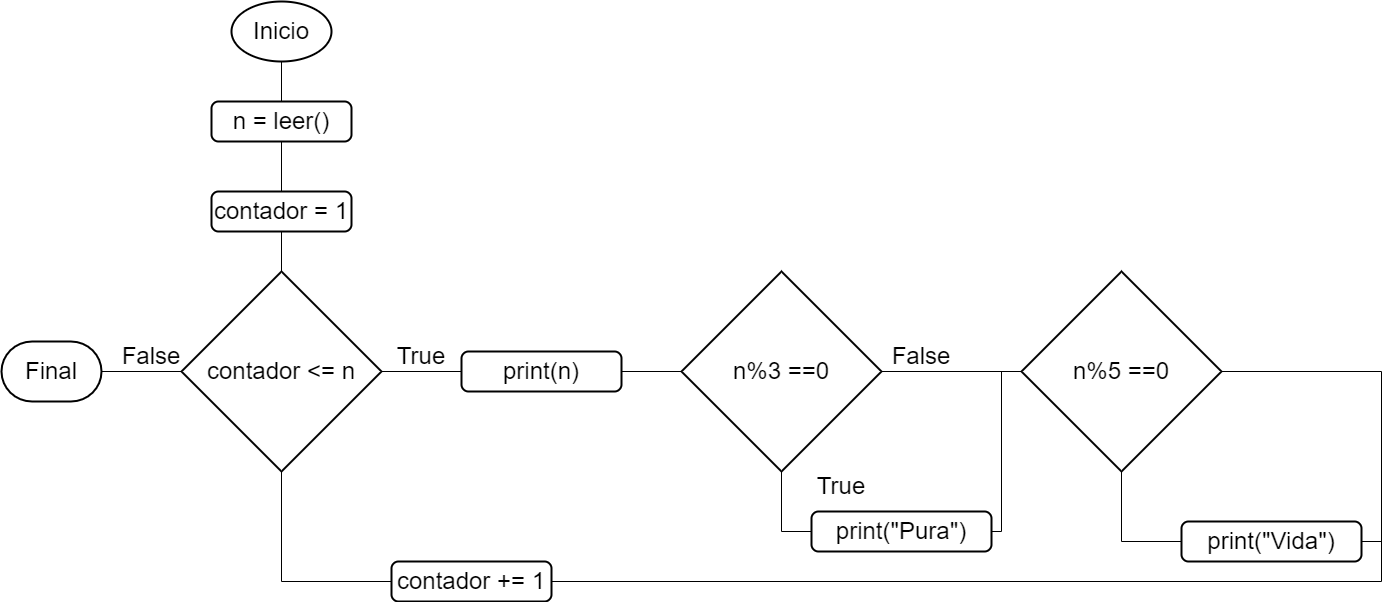
The draw.io diagram imgs/flujo/Flujo-PuraVida.png in sivanahamer/principios-informatica, before a commit. Source tidied: cells renumbered, new cells last; positions are measured from the earlier drawing's top-left corner, leaving out a move shared by most shapes.
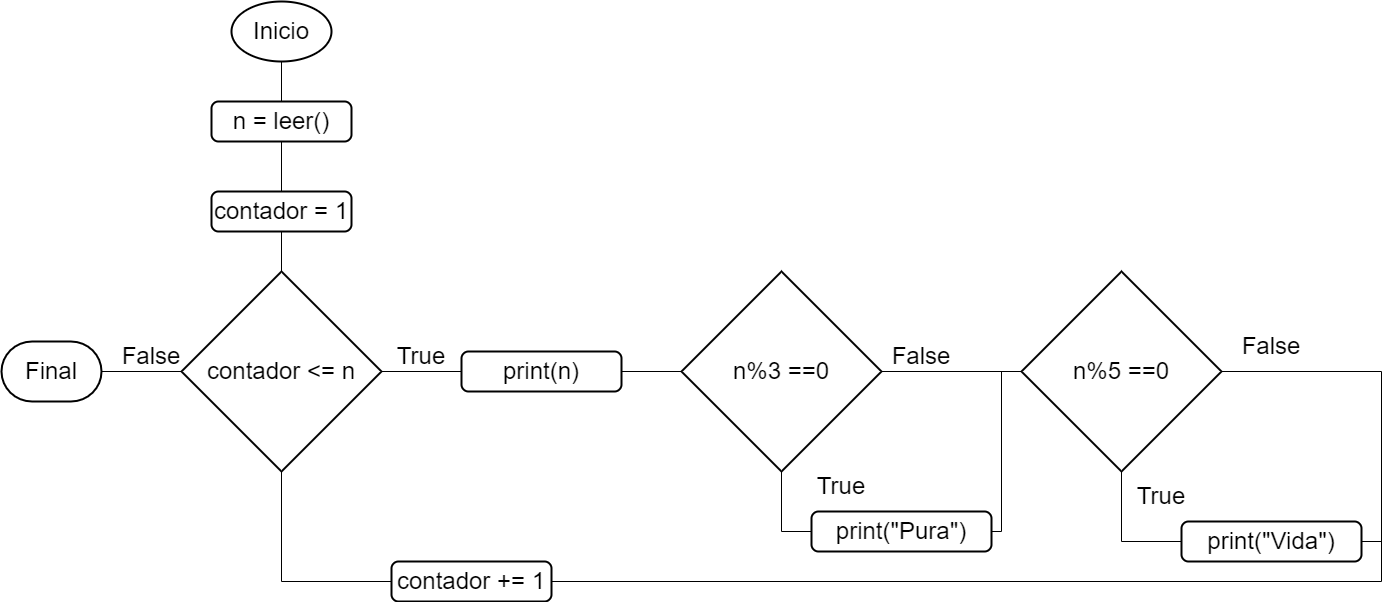
Later version of the same file.

Commit message:
Updated detail of diagram

What changed in the source:
```diff
@@ -102,5 +102,11 @@
     <mxCell id="29" value="&lt;font style=&quot;font-size: 24px&quot;&gt;print(n)&lt;/font&gt;" style="rounded=1;whiteSpace=wrap;html=1;absoluteArcSize=1;arcSize=14;strokeWidth=2;fontSize=18;" parent="1" vertex="1">
       <mxGeometry x="460" y="350" width="160" height="40" as="geometry" />
     </mxCell>
+    <mxCell id="30" value="True" style="text;html=1;strokeColor=none;fillColor=none;align=center;verticalAlign=middle;whiteSpace=wrap;rounded=0;fontSize=24;" parent="1" vertex="1">
+      <mxGeometry x="1130" y="480" width="60" height="30" as="geometry" />
+    </mxCell>
+    <mxCell id="31" value="False" style="text;html=1;strokeColor=none;fillColor=none;align=center;verticalAlign=middle;whiteSpace=wrap;rounded=0;fontSize=24;" parent="1" vertex="1">
+      <mxGeometry x="1240" y="330" width="60" height="30" as="geometry" />
+    </mxCell>
   </root>
 </mxGraphModel>
```
